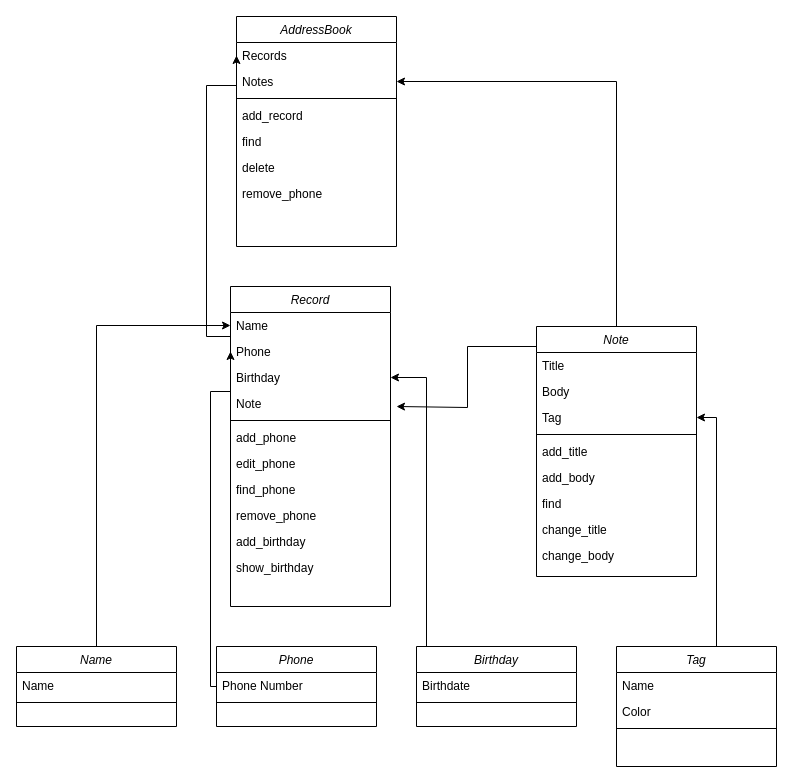
any-nick/hw-08-public keeps this draw.io diagram as Untitled Diagram.drawio. Above is the earlier version. Source tidied: cells renumbered, new cells numbered last; positions are measured from the earlier drawing's top-left corner, leaving out a move shared by most shapes. Both pictures are drawn from the tidied source at 100%, with x=0, y=0 at pixel (16, 16).
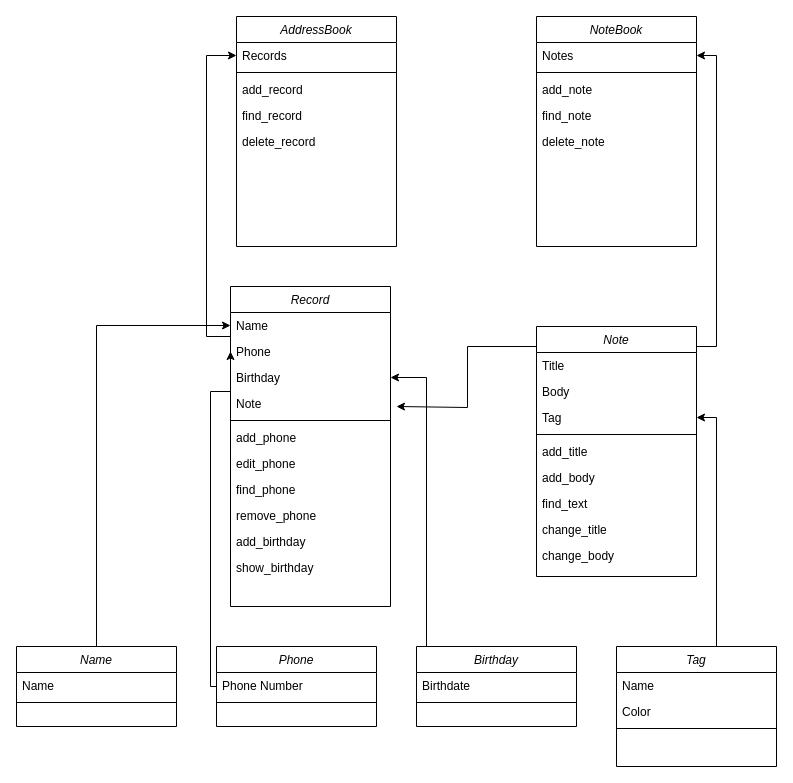
After the change.

The change refers to these unchanged cells:
```xml
<mxCell id="15" value="Record" style="swimlane;fontStyle=2;align=center;verticalAlign=top;horizontal=1;startSize=26;rounded=0;shadow=0;strokeWidth=1;" parent="1" vertex="1">
  <mxGeometry x="214" y="270" width="160" height="320" as="geometry" />
</mxCell>
<mxCell id="27" value="AddressBook&#10;" style="swimlane;fontStyle=2;align=center;verticalAlign=top;horizontal=1;startSize=26;rounded=0;shadow=0;strokeWidth=1;" parent="1" vertex="1">
  <mxGeometry x="220" width="160" height="230" as="geometry" />
</mxCell>
<mxCell id="28" value="Records" style="text;align=left;verticalAlign=top;spacingLeft=4;spacingRight=4;overflow=hidden;points=[[0,0.5],[1,0.5]];portConstraint=eastwest;" parent="27" vertex="1">
  <mxGeometry y="26" width="160" height="26" as="geometry" />
</mxCell>
<mxCell id="37" value="Note" style="swimlane;fontStyle=2;align=center;verticalAlign=top;horizontal=1;startSize=26;rounded=0;shadow=0;strokeWidth=1;" parent="1" vertex="1">
  <mxGeometry x="520" y="310" width="160" height="250" as="geometry" />
</mxCell>
```

Diff of the diagram source:
```diff
@@
     <mxCell id="14" style="edgeStyle=orthogonalEdgeStyle;rounded=0;jettySize=auto;html=1;entryX=0;entryY=0.5;entryDx=0;entryDy=0;" parent="1" edge="1" source="15" target="28">
       <mxGeometry relative="1" as="geometry">
         <Array as="points">
           <mxPoint x="190" y="320" />
-          <mxPoint x="190" y="69" />
+          <mxPoint x="190" y="39" />
         </Array>
       </mxGeometry>
     </mxCell>
@@
-    <mxCell id="29" value="Notes" style="text;align=left;verticalAlign=top;spacingLeft=4;spacingRight=4;overflow=hidden;points=[[0,0.5],[1,0.5]];portConstraint=eastwest;" parent="27" vertex="1">
-      <mxGeometry y="52" width="160" height="26" as="geometry" />
-    </mxCell>
     <mxCell id="30" style="line;html=1;strokeWidth=1;align=left;verticalAlign=middle;spacingTop=-1;spacingLeft=3;spacingRight=3;labelPosition=right;" parent="27" vertex="1">
-      <mxGeometry y="78" width="160" height="8" as="geometry" />
+      <mxGeometry y="52" width="160" height="8" as="geometry" />
     </mxCell>
     <mxCell id="31" value="add_record" style="text;align=left;verticalAlign=top;spacingLeft=4;spacingRight=4;overflow=hidden;" parent="27" vertex="1">
-      <mxGeometry y="86" width="160" height="26" as="geometry" />
+      <mxGeometry y="60" width="160" height="26" as="geometry" />
     </mxCell>
-    <mxCell id="32" value="find" style="text;align=left;verticalAlign=top;spacingLeft=4;spacingRight=4;overflow=hidden;" parent="27" vertex="1">
-      <mxGeometry y="112" width="160" height="26" as="geometry" />
+    <mxCell id="32" value="find_record" style="text;align=left;verticalAlign=top;spacingLeft=4;spacingRight=4;overflow=hidden;" parent="27" vertex="1">
+      <mxGeometry y="86" width="160" height="26" as="geometry" />
     </mxCell>
-    <mxCell id="33" value="delete" style="text;align=left;verticalAlign=top;spacingLeft=4;spacingRight=4;overflow=hidden;" parent="27" vertex="1">
-      <mxGeometry y="138" width="160" height="26" as="geometry" />
+    <mxCell id="33" value="delete_record" style="text;align=left;verticalAlign=top;spacingLeft=4;spacingRight=4;overflow=hidden;" parent="27" vertex="1">
+      <mxGeometry y="112" width="160" height="26" as="geometry" />
     </mxCell>
-    <mxCell id="34" value="remove_phone" style="text;align=left;verticalAlign=top;spacingLeft=4;spacingRight=4;overflow=hidden;" parent="27" vertex="1">
-      <mxGeometry y="164" width="160" height="26" as="geometry" />
-    </mxCell>
@@
     <mxCell id="36" style="edgeStyle=orthogonalEdgeStyle;rounded=0;jettySize=auto;html=1;entryX=1;entryY=0.5;entryDx=0;entryDy=0;" parent="1" edge="1" source="37" target="29">
-      <mxGeometry relative="1" as="geometry" />
+      <mxGeometry relative="1" as="geometry">
+        <Array as="points">
+          <mxPoint x="700" y="330" />
+          <mxPoint x="700" y="39" />
+        </Array>
+      </mxGeometry>
     </mxCell>
@@
-    <mxCell id="44" value="find" style="text;align=left;verticalAlign=top;spacingLeft=4;spacingRight=4;overflow=hidden;" parent="37" vertex="1">
+    <mxCell id="44" value="find_text" style="text;align=left;verticalAlign=top;spacingLeft=4;spacingRight=4;overflow=hidden;" parent="37" vertex="1">
       <mxGeometry y="164" width="160" height="26" as="geometry" />
     </mxCell>
@@
+    <mxCell id="52" value="NoteBook" style="swimlane;fontStyle=2;align=center;verticalAlign=top;horizontal=1;startSize=26;rounded=0;shadow=0;strokeWidth=1;" parent="1" vertex="1">
+      <mxGeometry x="520" width="160" height="230" as="geometry" />
+    </mxCell>
+    <mxCell id="29" value="Notes" style="text;align=left;verticalAlign=top;spacingLeft=4;spacingRight=4;overflow=hidden;points=[[0,0.5],[1,0.5]];portConstraint=eastwest;" parent="52" vertex="1">
+      <mxGeometry y="26" width="160" height="26" as="geometry" />
+    </mxCell>
+    <mxCell id="53" style="line;html=1;strokeWidth=1;align=left;verticalAlign=middle;spacingTop=-1;spacingLeft=3;spacingRight=3;labelPosition=right;" parent="52" vertex="1">
+      <mxGeometry y="52" width="160" height="8" as="geometry" />
+    </mxCell>
+    <mxCell id="54" value="add_note" style="text;align=left;verticalAlign=top;spacingLeft=4;spacingRight=4;overflow=hidden;" parent="52" vertex="1">
+      <mxGeometry y="60" width="160" height="26" as="geometry" />
+    </mxCell>
+    <mxCell id="55" value="find_note&#10;" style="text;align=left;verticalAlign=top;spacingLeft=4;spacingRight=4;overflow=hidden;" parent="52" vertex="1">
+      <mxGeometry y="86" width="160" height="26" as="geometry" />
+    </mxCell>
+    <mxCell id="56" value="delete_note" style="text;align=left;verticalAlign=top;spacingLeft=4;spacingRight=4;overflow=hidden;" parent="52" vertex="1">
+      <mxGeometry y="112" width="160" height="26" as="geometry" />
+    </mxCell>
```
